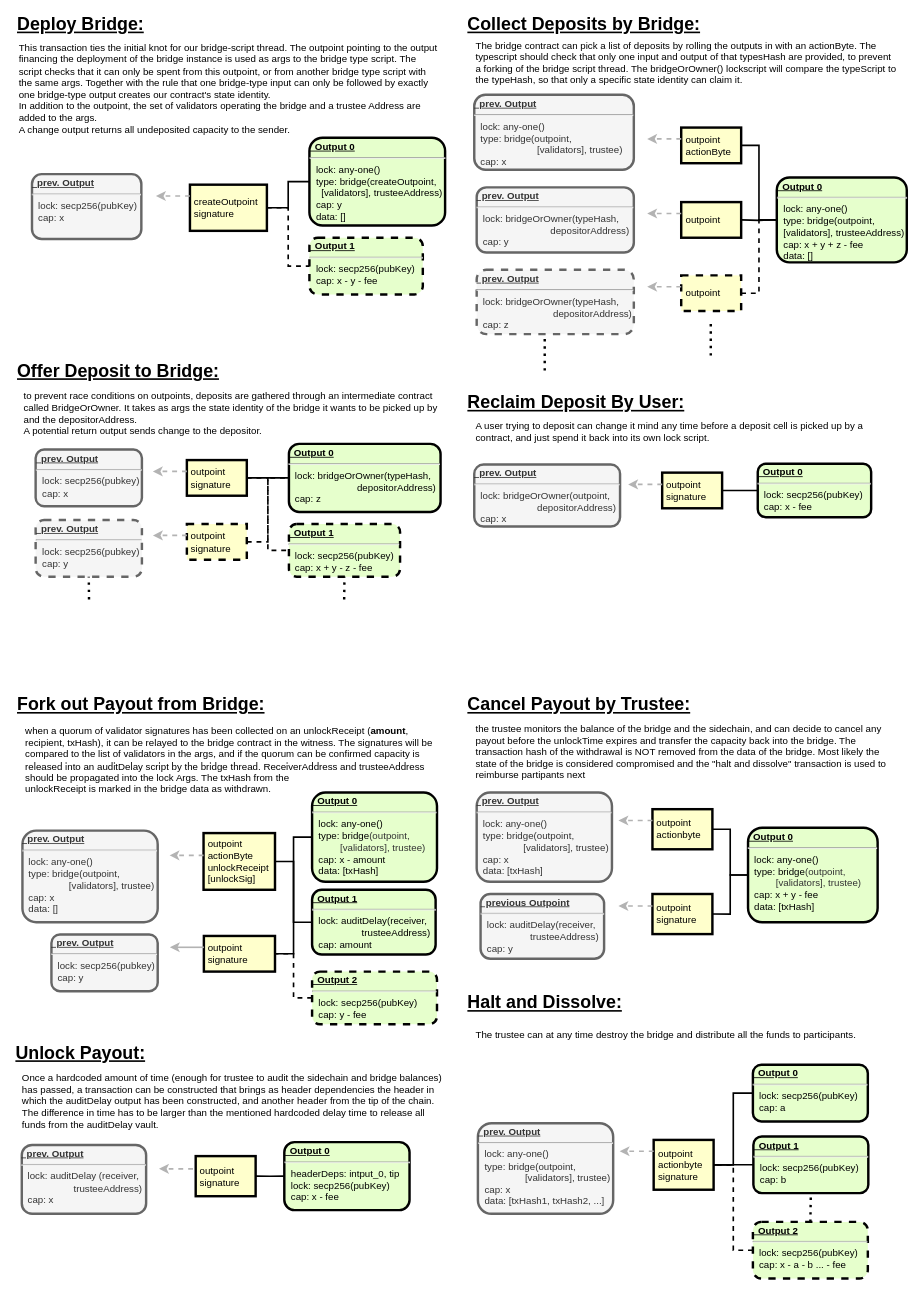
Before: docs/parentBridgeTxns.drawio in leapdao/nervos, a draw.io diagram. Source tidied: cells renumbered, new cells numbered last; positions are measured from the earlier drawing's top-left corner, leaving out a move shared by most shapes. Both pictures are drawn from the tidied source at 81%, with x=0, y=0 at pixel (13, 16).
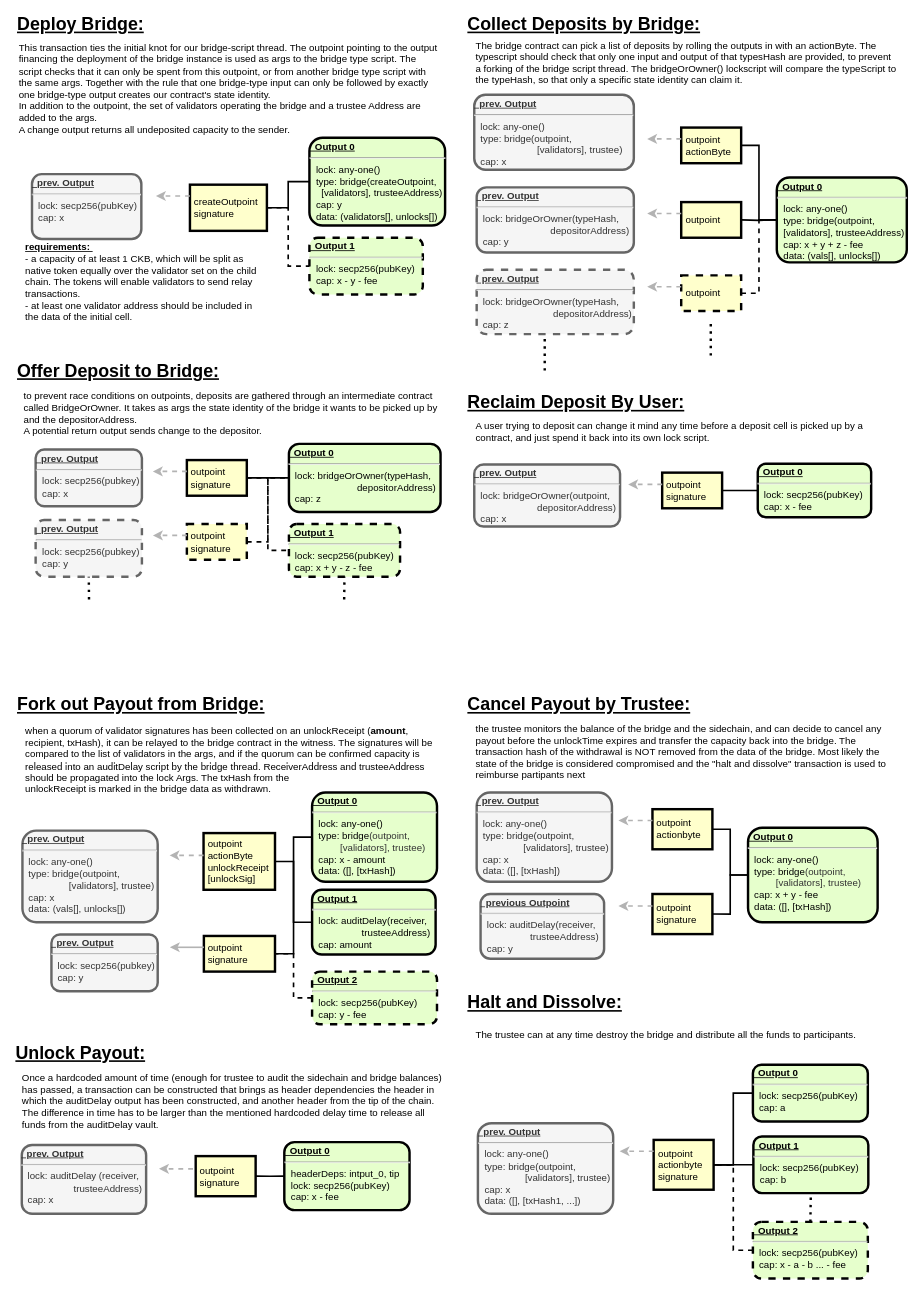
After the change.

The edit, as a diff of the source:
```diff
@@
-    <mxCell id="2" value="&lt;p style=&quot;margin: 4px 0px 0px ; text-decoration: underline&quot;&gt;&lt;strong&gt;&amp;nbsp; Output 0&lt;br&gt;&lt;/strong&gt;&lt;/p&gt;&lt;hr&gt;&lt;p style=&quot;margin: 0px ; margin-left: 8px&quot;&gt;&lt;span style=&quot;font-weight: normal&quot;&gt;lock: any-one()&lt;br&gt;type: bridge(createOutpoint,&amp;nbsp;&lt;br&gt;&amp;nbsp; [validators], trusteeAddress)&lt;/span&gt;&lt;/p&gt;&lt;p style=&quot;margin: 0px ; margin-left: 8px&quot;&gt;&lt;span style=&quot;font-weight: normal&quot;&gt;cap: y&lt;br&gt;data: []&lt;/span&gt;&lt;/p&gt;" style="verticalAlign=middle;align=left;overflow=fill;fontSize=12;fontFamily=Helvetica;html=1;rounded=1;fontStyle=1;strokeWidth=3;fillColor=#E6FFCC;" parent="1" vertex="1">
+    <mxCell id="2" value="&lt;p style=&quot;margin: 4px 0px 0px ; text-decoration: underline&quot;&gt;&lt;strong&gt;&amp;nbsp; Output 0&lt;br&gt;&lt;/strong&gt;&lt;/p&gt;&lt;hr&gt;&lt;p style=&quot;margin: 0px ; margin-left: 8px&quot;&gt;&lt;span style=&quot;font-weight: normal&quot;&gt;lock: any-one()&lt;br&gt;type: bridge(createOutpoint,&amp;nbsp;&lt;br&gt;&amp;nbsp; [validators], trusteeAddress)&lt;/span&gt;&lt;/p&gt;&lt;p style=&quot;margin: 0px ; margin-left: 8px&quot;&gt;&lt;span style=&quot;font-weight: normal&quot;&gt;cap: y&lt;br&gt;data: (validators[], unlocks[])&lt;/span&gt;&lt;/p&gt;" style="verticalAlign=middle;align=left;overflow=fill;fontSize=12;fontFamily=Helvetica;html=1;rounded=1;fontStyle=1;strokeWidth=3;fillColor=#E6FFCC;" parent="1" vertex="1">
       <mxGeometry x="365.5" y="149.5" width="167.5" height="108.5" as="geometry" />
     </mxCell>
@@
-    <mxCell id="18" value="&lt;p style=&quot;margin: 4px 0px 0px ; text-decoration: underline&quot;&gt;&lt;strong&gt;&amp;nbsp; Output 0&lt;br&gt;&lt;/strong&gt;&lt;/p&gt;&lt;hr&gt;&lt;p style=&quot;margin: 0px ; margin-left: 8px&quot;&gt;&lt;span style=&quot;font-weight: 400&quot;&gt;lock: any-one()&lt;br&gt;&lt;/span&gt;&lt;span style=&quot;font-weight: normal&quot;&gt;type: bridge&lt;/span&gt;&lt;span style=&quot;font-weight: 400&quot;&gt;(outpoint, &lt;br&gt;[validators], trusteeAddress)&lt;/span&gt;&lt;span style=&quot;font-weight: normal&quot;&gt;&lt;br&gt;cap: x + y + z - fee&lt;br&gt;data: []&lt;/span&gt;&lt;/p&gt;" style="verticalAlign=middle;align=left;overflow=fill;fontSize=12;fontFamily=Helvetica;html=1;rounded=1;fontStyle=1;strokeWidth=3;fillColor=#E6FFCC;" parent="1" vertex="1">
+    <mxCell id="18" value="&lt;p style=&quot;margin: 4px 0px 0px ; text-decoration: underline&quot;&gt;&lt;strong&gt;&amp;nbsp; Output 0&lt;br&gt;&lt;/strong&gt;&lt;/p&gt;&lt;hr&gt;&lt;p style=&quot;margin: 0px ; margin-left: 8px&quot;&gt;&lt;span style=&quot;font-weight: 400&quot;&gt;lock: any-one()&lt;br&gt;&lt;/span&gt;&lt;span style=&quot;font-weight: normal&quot;&gt;type: bridge&lt;/span&gt;&lt;span style=&quot;font-weight: 400&quot;&gt;(outpoint, &lt;br&gt;[validators], trusteeAddress)&lt;/span&gt;&lt;span style=&quot;font-weight: normal&quot;&gt;&lt;br&gt;cap: x + y + z - fee&lt;br&gt;data: (vals[], unlocks[])&lt;/span&gt;&lt;/p&gt;" style="verticalAlign=middle;align=left;overflow=fill;fontSize=12;fontFamily=Helvetica;html=1;rounded=1;fontStyle=1;strokeWidth=3;fillColor=#E6FFCC;" parent="1" vertex="1">
       <mxGeometry x="942.5" y="198.6" width="160.5" height="104.8" as="geometry" />
     </mxCell>
@@
-    <mxCell id="30" value="&lt;p style=&quot;margin: 4px 0px 0px ; text-decoration: underline&quot;&gt;&lt;strong&gt;&amp;nbsp; Output 0&lt;br&gt;&lt;/strong&gt;&lt;/p&gt;&lt;hr&gt;&lt;p style=&quot;margin: 0px ; margin-left: 8px&quot;&gt;&lt;span style=&quot;font-weight: 400&quot;&gt;lock: any-one()&lt;br&gt;&lt;/span&gt;&lt;span style=&quot;font-weight: normal&quot;&gt;type: bridge&lt;/span&gt;&lt;span style=&quot;color: rgb(51 , 51 , 51) ; font-weight: 400&quot;&gt;(outpoint,&lt;br&gt;&amp;nbsp; &amp;nbsp; &amp;nbsp; &amp;nbsp; [validators], trustee)&lt;/span&gt;&lt;span style=&quot;font-weight: normal&quot;&gt;&lt;br&gt;cap: x - amount&lt;br&gt;data: [txHash]&lt;/span&gt;&lt;/p&gt;" style="verticalAlign=middle;align=left;overflow=fill;fontSize=12;fontFamily=Helvetica;html=1;rounded=1;fontStyle=1;strokeWidth=3;fillColor=#E6FFCC;" parent="1" vertex="1">
+    <mxCell id="30" value="&lt;p style=&quot;margin: 4px 0px 0px ; text-decoration: underline&quot;&gt;&lt;strong&gt;&amp;nbsp; Output 0&lt;br&gt;&lt;/strong&gt;&lt;/p&gt;&lt;hr&gt;&lt;p style=&quot;margin: 0px ; margin-left: 8px&quot;&gt;&lt;span style=&quot;font-weight: 400&quot;&gt;lock: any-one()&lt;br&gt;&lt;/span&gt;&lt;span style=&quot;font-weight: normal&quot;&gt;type: bridge&lt;/span&gt;&lt;span style=&quot;color: rgb(51 , 51 , 51) ; font-weight: 400&quot;&gt;(outpoint,&lt;br&gt;&amp;nbsp; &amp;nbsp; &amp;nbsp; &amp;nbsp; [validators], trustee)&lt;/span&gt;&lt;span style=&quot;font-weight: normal&quot;&gt;&lt;br&gt;cap: x - amount&lt;br&gt;data: ([], [txHash])&lt;/span&gt;&lt;/p&gt;" style="verticalAlign=middle;align=left;overflow=fill;fontSize=12;fontFamily=Helvetica;html=1;rounded=1;fontStyle=1;strokeWidth=3;fillColor=#E6FFCC;" parent="1" vertex="1">
       <mxGeometry x="368.8" y="958" width="154.2" height="110" as="geometry" />
     </mxCell>
@@
-    <mxCell id="58" value="&lt;p style=&quot;margin: 4px 0px 0px ; text-decoration: underline&quot;&gt;&lt;strong&gt;&amp;nbsp; prev. Output&lt;/strong&gt;&lt;strong&gt;&lt;br&gt;&lt;/strong&gt;&lt;/p&gt;&lt;hr&gt;&lt;p style=&quot;margin: 0px ; margin-left: 8px&quot;&gt;&lt;span style=&quot;font-weight: normal&quot;&gt;lock: any-one()&lt;br&gt;type: bridge(outpoint, &lt;br&gt;&amp;nbsp; &amp;nbsp; &amp;nbsp; &amp;nbsp; &amp;nbsp; &amp;nbsp; &amp;nbsp; &amp;nbsp;[validators], trustee)&lt;br&gt;cap: x&lt;br&gt;data: []&lt;/span&gt;&lt;/p&gt;&lt;p style=&quot;margin: 0px ; margin-left: 8px&quot;&gt;&lt;br&gt;&lt;/p&gt;" style="verticalAlign=middle;align=left;overflow=fill;fontSize=12;fontFamily=Helvetica;html=1;rounded=1;fontStyle=1;strokeWidth=3;fillColor=#f5f5f5;strokeColor=#666666;fontColor=#333333;" parent="1" vertex="1">
+    <mxCell id="58" value="&lt;p style=&quot;margin: 4px 0px 0px ; text-decoration: underline&quot;&gt;&lt;strong&gt;&amp;nbsp; prev. Output&lt;/strong&gt;&lt;strong&gt;&lt;br&gt;&lt;/strong&gt;&lt;/p&gt;&lt;hr&gt;&lt;p style=&quot;margin: 0px ; margin-left: 8px&quot;&gt;&lt;span style=&quot;font-weight: normal&quot;&gt;lock: any-one()&lt;br&gt;type: bridge(outpoint, &lt;br&gt;&amp;nbsp; &amp;nbsp; &amp;nbsp; &amp;nbsp; &amp;nbsp; &amp;nbsp; &amp;nbsp; &amp;nbsp;[validators], trustee)&lt;br&gt;cap: x&lt;br&gt;data: (vals[], unlocks[])&lt;/span&gt;&lt;/p&gt;&lt;p style=&quot;margin: 0px ; margin-left: 8px&quot;&gt;&lt;br&gt;&lt;/p&gt;" style="verticalAlign=middle;align=left;overflow=fill;fontSize=12;fontFamily=Helvetica;html=1;rounded=1;fontStyle=1;strokeWidth=3;fillColor=#f5f5f5;strokeColor=#666666;fontColor=#333333;" parent="1" vertex="1">
       <mxGeometry x="11.2" y="1005" width="167" height="113" as="geometry" />
     </mxCell>
-    <mxCell id="59" value="&lt;p style=&quot;margin: 4px 0px 0px ; text-decoration: underline&quot;&gt;&lt;strong&gt;&amp;nbsp; prev. Output&lt;/strong&gt;&lt;strong&gt;&lt;br&gt;&lt;/strong&gt;&lt;/p&gt;&lt;hr&gt;&lt;p style=&quot;margin: 0px ; margin-left: 8px&quot;&gt;&lt;span style=&quot;font-weight: normal&quot;&gt;lock: any-one()&lt;br&gt;type: bridge(outpoint, &lt;br&gt;&amp;nbsp; &amp;nbsp; &amp;nbsp; &amp;nbsp; &amp;nbsp; &amp;nbsp; &amp;nbsp; &amp;nbsp;[validators], trustee)&lt;br&gt;cap: x&lt;/span&gt;&lt;/p&gt;&lt;p style=&quot;margin: 0px ; margin-left: 8px&quot;&gt;&lt;span style=&quot;font-weight: normal&quot;&gt;data: [txHash]&lt;/span&gt;&lt;/p&gt;" style="verticalAlign=middle;align=left;overflow=fill;fontSize=12;fontFamily=Helvetica;html=1;rounded=1;fontStyle=1;strokeWidth=3;fillColor=#f5f5f5;strokeColor=#666666;fontColor=#333333;" parent="1" vertex="1">
+    <mxCell id="59" value="&lt;p style=&quot;margin: 4px 0px 0px ; text-decoration: underline&quot;&gt;&lt;strong&gt;&amp;nbsp; prev. Output&lt;/strong&gt;&lt;strong&gt;&lt;br&gt;&lt;/strong&gt;&lt;/p&gt;&lt;hr&gt;&lt;p style=&quot;margin: 0px ; margin-left: 8px&quot;&gt;&lt;span style=&quot;font-weight: normal&quot;&gt;lock: any-one()&lt;br&gt;type: bridge(outpoint, &lt;br&gt;&amp;nbsp; &amp;nbsp; &amp;nbsp; &amp;nbsp; &amp;nbsp; &amp;nbsp; &amp;nbsp; &amp;nbsp;[validators], trustee)&lt;br&gt;cap: x&lt;/span&gt;&lt;/p&gt;&lt;p style=&quot;margin: 0px ; margin-left: 8px&quot;&gt;&lt;span style=&quot;font-weight: normal&quot;&gt;data: ([], [txHash])&lt;/span&gt;&lt;/p&gt;" style="verticalAlign=middle;align=left;overflow=fill;fontSize=12;fontFamily=Helvetica;html=1;rounded=1;fontStyle=1;strokeWidth=3;fillColor=#f5f5f5;strokeColor=#666666;fontColor=#333333;" parent="1" vertex="1">
       <mxGeometry x="572" y="958" width="167" height="110" as="geometry" />
     </mxCell>
@@
-    <mxCell id="69" value="&lt;p style=&quot;margin: 4px 0px 0px ; text-decoration: underline&quot;&gt;&lt;strong&gt;&amp;nbsp; Output 0&lt;br&gt;&lt;/strong&gt;&lt;/p&gt;&lt;hr&gt;&lt;p style=&quot;margin: 0px ; margin-left: 8px&quot;&gt;&lt;span style=&quot;font-weight: 400&quot;&gt;lock: any-one()&lt;br&gt;&lt;/span&gt;&lt;span style=&quot;font-weight: normal&quot;&gt;type: bridge&lt;/span&gt;&lt;span style=&quot;color: rgb(51 , 51 , 51) ; font-weight: 400&quot;&gt;(outpoint,&lt;br&gt;&amp;nbsp; &amp;nbsp; &amp;nbsp; &amp;nbsp; [validators], trustee)&lt;/span&gt;&lt;span style=&quot;font-weight: normal&quot;&gt;&lt;br&gt;cap: x + y - fee&lt;br&gt;data: [txHash]&lt;/span&gt;&lt;/p&gt;" style="verticalAlign=middle;align=left;overflow=fill;fontSize=12;fontFamily=Helvetica;html=1;rounded=1;fontStyle=1;strokeWidth=3;fillColor=#E6FFCC;" parent="1" vertex="1">
+    <mxCell id="69" value="&lt;p style=&quot;margin: 4px 0px 0px ; text-decoration: underline&quot;&gt;&lt;strong&gt;&amp;nbsp; Output 0&lt;br&gt;&lt;/strong&gt;&lt;/p&gt;&lt;hr&gt;&lt;p style=&quot;margin: 0px ; margin-left: 8px&quot;&gt;&lt;span style=&quot;font-weight: 400&quot;&gt;lock: any-one()&lt;br&gt;&lt;/span&gt;&lt;span style=&quot;font-weight: normal&quot;&gt;type: bridge&lt;/span&gt;&lt;span style=&quot;color: rgb(51 , 51 , 51) ; font-weight: 400&quot;&gt;(outpoint,&lt;br&gt;&amp;nbsp; &amp;nbsp; &amp;nbsp; &amp;nbsp; [validators], trustee)&lt;/span&gt;&lt;span style=&quot;font-weight: normal&quot;&gt;&lt;br&gt;cap: x + y - fee&lt;br&gt;data: ([], [txHash])&lt;/span&gt;&lt;/p&gt;" style="verticalAlign=middle;align=left;overflow=fill;fontSize=12;fontFamily=Helvetica;html=1;rounded=1;fontStyle=1;strokeWidth=3;fillColor=#E6FFCC;" parent="1" vertex="1">
       <mxGeometry x="907" y="1001.5" width="160" height="116.5" as="geometry" />
     </mxCell>
@@
-    <mxCell id="75" value="&lt;p style=&quot;margin: 4px 0px 0px ; text-decoration: underline&quot;&gt;&lt;strong&gt;&amp;nbsp; prev. Output&lt;/strong&gt;&lt;strong&gt;&lt;br&gt;&lt;/strong&gt;&lt;/p&gt;&lt;hr&gt;&lt;p style=&quot;margin: 0px ; margin-left: 8px&quot;&gt;&lt;span style=&quot;font-weight: normal&quot;&gt;lock: any-one()&lt;br&gt;type: bridge(outpoint, &lt;br&gt;&amp;nbsp; &amp;nbsp; &amp;nbsp; &amp;nbsp; &amp;nbsp; &amp;nbsp; &amp;nbsp; &amp;nbsp;[validators], trustee)&lt;br&gt;cap: x&lt;/span&gt;&lt;/p&gt;&lt;p style=&quot;margin: 0px ; margin-left: 8px&quot;&gt;&lt;span style=&quot;font-weight: normal&quot;&gt;data: [txHash1, txHash2, ...]&lt;/span&gt;&lt;/p&gt;" style="verticalAlign=middle;align=left;overflow=fill;fontSize=12;fontFamily=Helvetica;html=1;rounded=1;fontStyle=1;strokeWidth=3;fillColor=#f5f5f5;strokeColor=#666666;fontColor=#333333;" parent="1" vertex="1">
+    <mxCell id="75" value="&lt;p style=&quot;margin: 4px 0px 0px ; text-decoration: underline&quot;&gt;&lt;strong&gt;&amp;nbsp; prev. Output&lt;/strong&gt;&lt;strong&gt;&lt;br&gt;&lt;/strong&gt;&lt;/p&gt;&lt;hr&gt;&lt;p style=&quot;margin: 0px ; margin-left: 8px&quot;&gt;&lt;span style=&quot;font-weight: normal&quot;&gt;lock: any-one()&lt;br&gt;type: bridge(outpoint, &lt;br&gt;&amp;nbsp; &amp;nbsp; &amp;nbsp; &amp;nbsp; &amp;nbsp; &amp;nbsp; &amp;nbsp; &amp;nbsp;[validators], trustee)&lt;br&gt;cap: x&lt;/span&gt;&lt;/p&gt;&lt;p style=&quot;margin: 0px ; margin-left: 8px&quot;&gt;&lt;span style=&quot;font-weight: normal&quot;&gt;data: ([], [txHash1, ...])&lt;/span&gt;&lt;/p&gt;" style="verticalAlign=middle;align=left;overflow=fill;fontSize=12;fontFamily=Helvetica;html=1;rounded=1;fontStyle=1;strokeWidth=3;fillColor=#f5f5f5;strokeColor=#666666;fontColor=#333333;" parent="1" vertex="1">
       <mxGeometry x="573.5" y="1366.2" width="167" height="111.8" as="geometry" />
     </mxCell>
@@
+    <mxCell id="94" value="&lt;b&gt;&lt;u&gt;requirements:&amp;nbsp;&lt;/u&gt;&lt;/b&gt;&lt;br&gt;- a capacity of at least 1 CKB, which will be split as native token equally over the validator set on the child chain. The tokens will enable validators to send relay transactions.&lt;br&gt;- at least one validator address should be included in the data of the initial cell." style="text;html=1;strokeColor=none;fillColor=none;align=left;verticalAlign=middle;whiteSpace=wrap;rounded=0;" parent="1" vertex="1">
+      <mxGeometry x="12.9" y="288" width="300.1" height="79.2" as="geometry" />
+    </mxCell>
```
